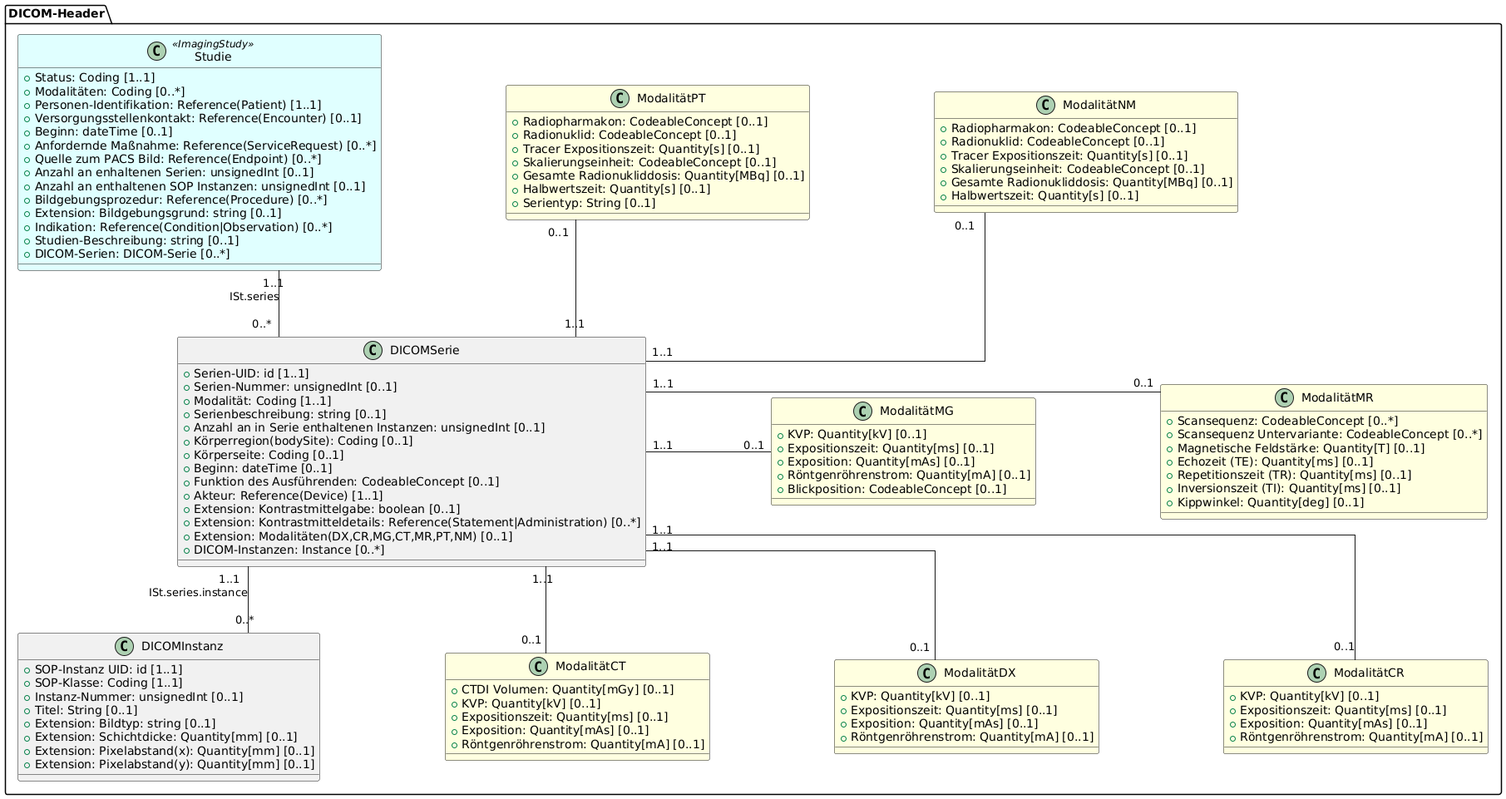
Before: implementation-guides/ImplementationGuide-Common/images/UML_Metadaten.png, a diagram exported from PlantUML (medizininformatik-initiative/kerndatensatz-bildgebung).
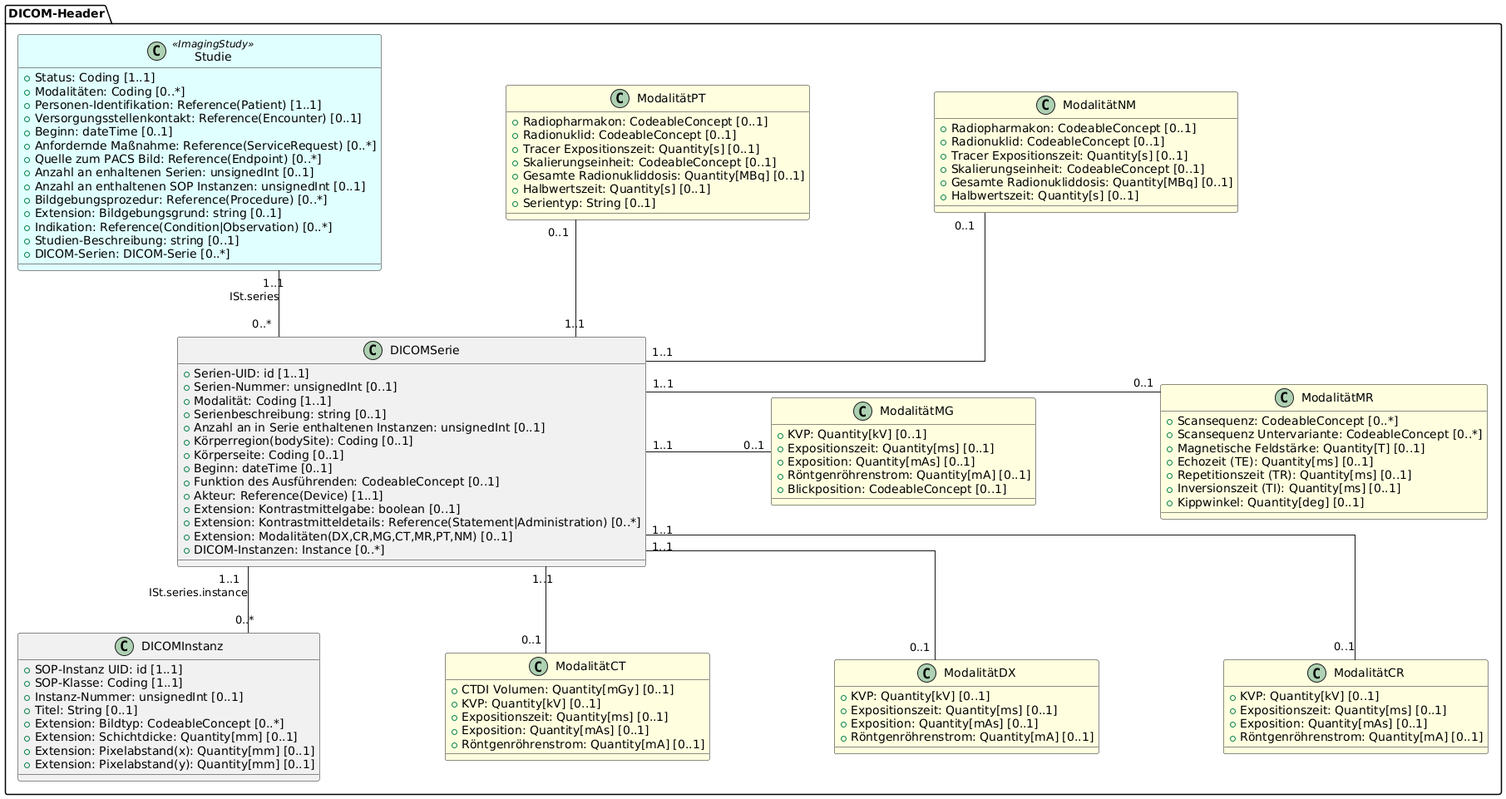
The same diagram one commit later.

Diff of the diagram source:
```diff
@@ -44,7 +44,7 @@
   + SOP-Klasse: Coding [1..1]
   + Instanz-Nummer: unsignedInt [0..1]
   + Titel: String [0..1]
-  + Extension: Bildtyp: string [0..1]
+  + Extension: Bildtyp: CodeableConcept [0..*]
   + Extension: Schichtdicke: Quantity[mm] [0..1]
   + {field} Extension: Pixelabstand(x): Quantity[mm] [0..1]
   + {field} Extension: Pixelabstand(y): Quantity[mm] [0..1]
```
